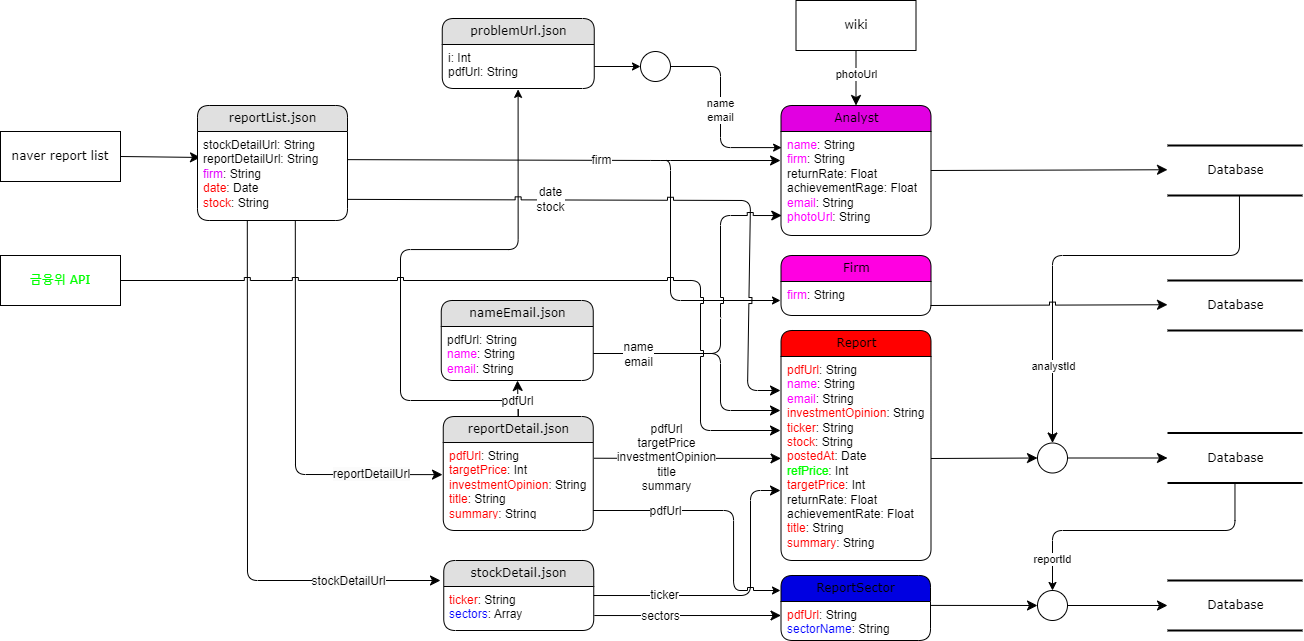
Earlier version of the draw.io export diagram/DataFlow.drawio.png (PDA-stockX/research-crawling). Source tidied: cells renumbered, new cells last; positions are measured from the earlier drawing's top-left corner, leaving out a move shared by most shapes.
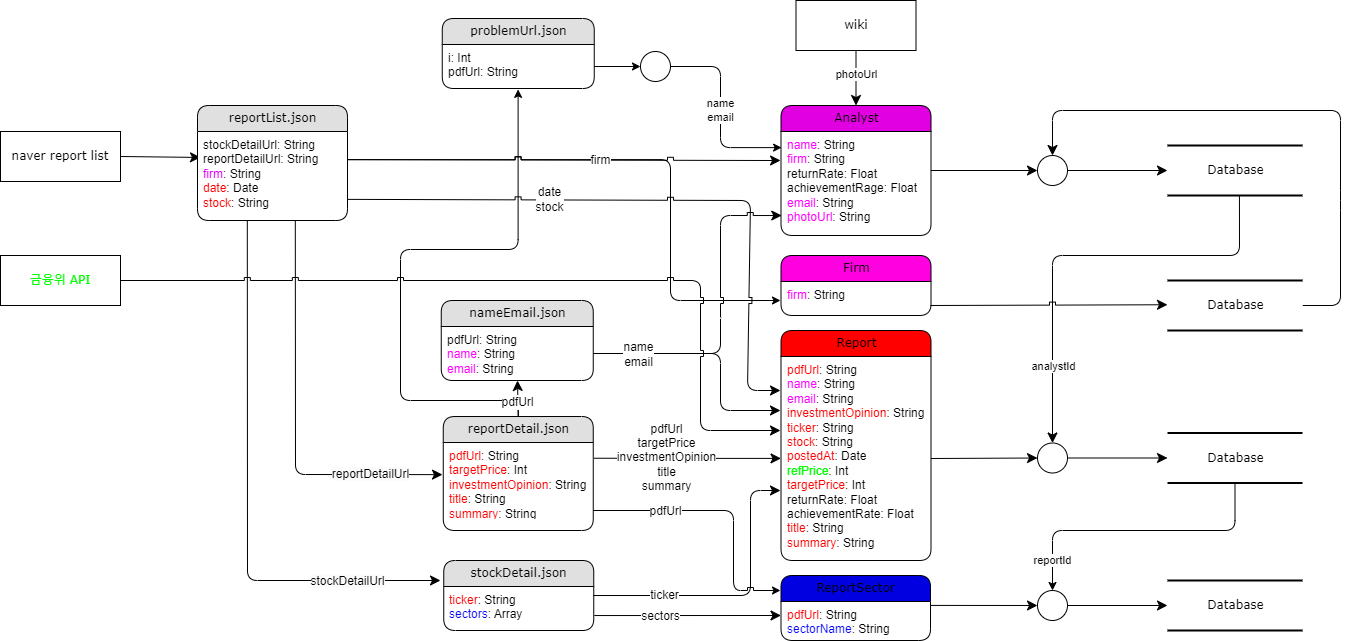
The same file after the commit.

Diff of the diagram source:
```diff
@@ -35,11 +35,11 @@
         </Array>
       </mxGeometry>
     </mxCell>
-    <mxCell id="7" style="edgeStyle=orthogonalEdgeStyle;rounded=1;orthogonalLoop=1;jettySize=auto;html=1;curved=0;jumpStyle=sharp;" parent="1" edge="1">
+    <mxCell id="7" style="edgeStyle=orthogonalEdgeStyle;rounded=1;jettySize=auto;html=1;curved=0;jumpStyle=sharp;exitX=0.997;exitY=0.335;exitDx=0;exitDy=0;exitPerimeter=0;" parent="1" edge="1" source="12">
       <mxGeometry relative="1" as="geometry">
-        <mxPoint x="660" y="160" as="sourcePoint" />
         <mxPoint x="780" y="300" as="targetPoint" />
         <Array as="points">
+          <mxPoint x="670" y="159" />
           <mxPoint x="670" y="300" />
         </Array>
       </mxGeometry>
@@ -80,12 +80,8 @@
     <mxCell id="17" value="&lt;font color=&quot;#ff00ff&quot;&gt;name&lt;/font&gt;: String&lt;div&gt;&lt;font color=&quot;#ff00ff&quot;&gt;firm&lt;/font&gt;: String&lt;/div&gt;&lt;div&gt;returnRate: Float&lt;/div&gt;&lt;div&gt;achievementRage: Float&lt;/div&gt;&lt;div&gt;&lt;font color=&quot;#ff00ff&quot;&gt;email&lt;/font&gt;: String&lt;/div&gt;&lt;div&gt;&lt;font color=&quot;#ff00ff&quot;&gt;photoUrl&lt;/font&gt;: String&lt;/div&gt;" style="text;html=1;strokeColor=none;fillColor=none;spacingLeft=4;spacingRight=4;whiteSpace=wrap;overflow=hidden;points=[[0,0.5],[1,0.5]];portConstraint=eastwest;align=left;" parent="16" vertex="1">
       <mxGeometry y="26" width="150" height="104" as="geometry" />
     </mxCell>
-    <mxCell id="18" style="edgeStyle=none;html=1;labelBackgroundColor=none;startFill=0;startSize=8;endFill=1;endSize=8;fontFamily=Verdana;fontSize=12;jumpStyle=none;entryX=-0.003;entryY=0.279;entryDx=0;entryDy=0;entryPerimeter=0;exitX=1;exitY=0.335;exitDx=0;exitDy=0;exitPerimeter=0;" parent="1" edge="1" source="12" target="17">
-      <mxGeometry relative="1" as="geometry">
-        <Array as="points">
-          <mxPoint x="660" y="160" />
-        </Array>
-      </mxGeometry>
+    <mxCell id="18" style="edgeStyle=none;html=1;labelBackgroundColor=none;startFill=0;startSize=8;endFill=1;endSize=8;fontFamily=Verdana;fontSize=12;jumpStyle=sharp;entryX=-0.003;entryY=0.279;entryDx=0;entryDy=0;entryPerimeter=0;exitX=1;exitY=0.335;exitDx=0;exitDy=0;exitPerimeter=0;" parent="1" edge="1" source="12" target="17">
+      <mxGeometry relative="1" as="geometry" />
     </mxCell>
     <mxCell id="19" value="firm" style="edgeLabel;html=1;align=center;verticalAlign=middle;fontSize=12;fontFamily=Helvetica;fontColor=default;labelBackgroundColor=default;" parent="18" vertex="1">
       <mxGeometry x="0.17" relative="1" as="geometry" />
@@ -213,7 +209,7 @@
     <mxCell id="47" value="Database" style="html=1;rounded=0;shadow=0;comic=0;labelBackgroundColor=none;strokeWidth=2;fontFamily=Verdana;fontSize=12;align=center;shape=mxgraph.ios7ui.horLines;" parent="1" vertex="1">
       <mxGeometry x="1167" y="580" width="135" height="50" as="geometry" />
     </mxCell>
-    <mxCell id="48" style="edgeStyle=none;html=1;labelBackgroundColor=none;startFill=0;startSize=8;endFill=1;endSize=8;fontFamily=Verdana;fontSize=12;entryX=0;entryY=0.485;entryDx=0;entryDy=0;entryPerimeter=0;exitX=0.999;exitY=0.375;exitDx=0;exitDy=0;exitPerimeter=0;" parent="1" edge="1" source="17" target="43">
+    <mxCell id="48" style="edgeStyle=none;html=1;labelBackgroundColor=none;startFill=0;startSize=8;endFill=1;endSize=8;fontFamily=Verdana;fontSize=12;entryX=0;entryY=0.5;entryDx=0;entryDy=0;exitX=0.999;exitY=0.375;exitDx=0;exitDy=0;exitPerimeter=0;" parent="1" edge="1" source="17" target="71">
       <mxGeometry relative="1" as="geometry" />
     </mxCell>
     <mxCell id="49" style="edgeStyle=none;html=1;labelBackgroundColor=none;startFill=0;startSize=8;endFill=1;endSize=8;fontFamily=Verdana;fontSize=12;exitX=1;exitY=0.5;exitDx=0;exitDy=0;" parent="1" edge="1" source="42" target="46">
@@ -271,6 +267,16 @@
     <mxCell id="63" value="&lt;span style=&quot;color: rgb(255, 0, 255);&quot;&gt;firm&lt;/span&gt;: String" style="text;html=1;strokeColor=none;fillColor=none;spacingLeft=4;spacingRight=4;whiteSpace=wrap;overflow=hidden;align=left;" parent="62" vertex="1">
       <mxGeometry y="26" width="150" height="34" as="geometry" />
     </mxCell>
+    <mxCell id="70" style="edgeStyle=none;curved=0;rounded=1;jettySize=auto;html=1;entryX=0.5;entryY=0;entryDx=0;entryDy=0;fontSize=12;startSize=8;endSize=8;" parent="1" edge="1" source="64" target="71">
+      <mxGeometry relative="1" as="geometry">
+        <Array as="points">
+          <mxPoint x="1340" y="305" />
+          <mxPoint x="1340" y="200" />
+          <mxPoint x="1340" y="110" />
+          <mxPoint x="1052" y="110" />
+        </Array>
+      </mxGeometry>
+    </mxCell>
     <mxCell id="64" value="Database" style="html=1;rounded=0;shadow=0;comic=0;labelBackgroundColor=none;strokeWidth=2;fontFamily=Verdana;fontSize=12;align=center;shape=mxgraph.ios7ui.horLines;" parent="1" vertex="1">
       <mxGeometry x="1167" y="280" width="135" height="50" as="geometry" />
     </mxCell>
@@ -299,5 +305,11 @@
     <mxCell id="69" value="pdfUrl" style="edgeLabel;html=1;align=center;verticalAlign=middle;fontSize=12;fontFamily=Helvetica;fontColor=default;labelBackgroundColor=default;" parent="68" vertex="1">
       <mxGeometry x="-0.46" relative="1" as="geometry" />
     </mxCell>
+    <mxCell id="71" style="ellipse;whiteSpace=wrap;html=1;rounded=1;shadow=0;comic=0;labelBackgroundColor=none;strokeWidth=1;fontFamily=Verdana;fontSize=12;align=center;" parent="1" vertex="1">
+      <mxGeometry x="1037" y="155" width="30" height="30" as="geometry" />
+    </mxCell>
+    <mxCell id="72" style="edgeStyle=none;html=1;labelBackgroundColor=none;startFill=0;startSize=8;endFill=1;endSize=8;fontFamily=Verdana;fontSize=12;exitX=1;exitY=0.5;exitDx=0;exitDy=0;" parent="1" edge="1" source="71" target="43">
+      <mxGeometry relative="1" as="geometry" />
+    </mxCell>
   </root>
 </mxGraphModel>
```
